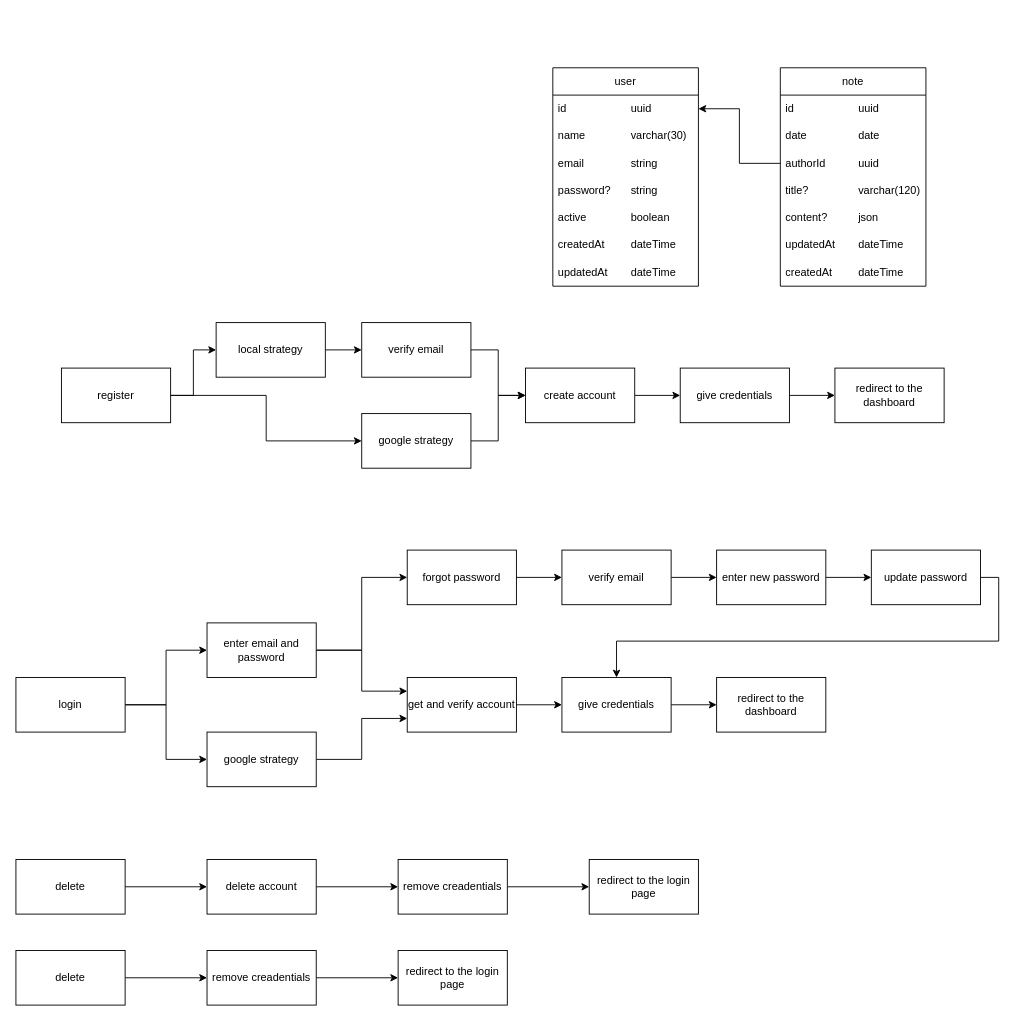
Before: diary app db diagram.drawio in MaselkoVol/diary-app, a draw.io diagram. Source tidied: cells renumbered, new cells numbered last; positions are measured from the earlier drawing's top-left corner, leaving out a move shared by most shapes. Both pictures are drawn from the tidied source at 91%, with x=0, y=0 at pixel (15, 67).
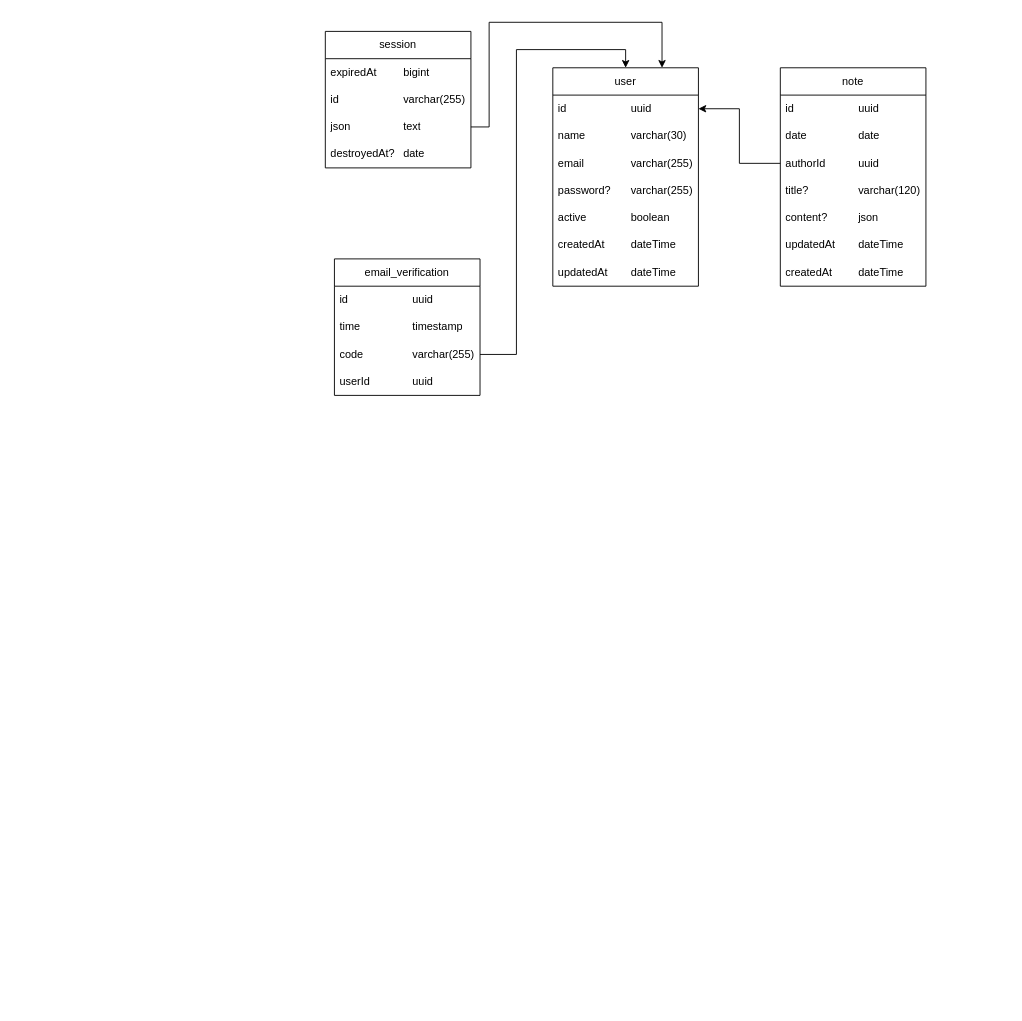
Above is the later version.

The change refers to these unchanged cells:
```xml
<mxCell id="2" value="user" style="swimlane;fontStyle=0;horizontal=1;startSize=30;whiteSpace=wrap;html=1;" parent="1" vertex="1">
  <mxGeometry x="590" width="160" height="240" as="geometry" />
</mxCell>
```

The edit, as a diff of the source:
```diff
@@
-    <mxCell id="5" value="email&lt;span style=&quot;white-space: pre;&quot;&gt;&#9;&lt;/span&gt;&lt;span style=&quot;white-space: pre;&quot;&gt;&#9;&lt;/span&gt;string" style="text;strokeColor=none;fillColor=none;align=left;verticalAlign=middle;spacingLeft=4;spacingRight=4;overflow=hidden;whiteSpace=wrap;html=1;" parent="2" vertex="1">
+    <mxCell id="5" value="email&lt;span style=&quot;white-space: pre;&quot;&gt;&#9;&lt;/span&gt;&lt;span style=&quot;white-space: pre;&quot;&gt;&#9;&lt;/span&gt;varchar(255)" style="text;strokeColor=none;fillColor=none;align=left;verticalAlign=middle;spacingLeft=4;spacingRight=4;overflow=hidden;whiteSpace=wrap;html=1;" parent="2" vertex="1">
       <mxGeometry y="90" width="160" height="30" as="geometry" />
     </mxCell>
-    <mxCell id="6" value="password?&lt;span style=&quot;white-space: pre;&quot;&gt;&#9;&lt;/span&gt;string" style="text;strokeColor=none;fillColor=none;align=left;verticalAlign=middle;spacingLeft=4;spacingRight=4;overflow=hidden;whiteSpace=wrap;html=1;" parent="2" vertex="1">
+    <mxCell id="6" value="password?&lt;span style=&quot;white-space: pre;&quot;&gt;&#9;&lt;/span&gt;varchar(255)" style="text;strokeColor=none;fillColor=none;align=left;verticalAlign=middle;spacingLeft=4;spacingRight=4;overflow=hidden;whiteSpace=wrap;html=1;" parent="2" vertex="1">
       <mxGeometry y="120" width="160" height="30" as="geometry" />
     </mxCell>
@@
-    <mxCell id="19" style="edgeStyle=orthogonalEdgeStyle;rounded=0;jettySize=auto;html=1;exitX=1;exitY=0.5;exitDx=0;exitDy=0;entryX=0;entryY=0.5;entryDx=0;entryDy=0;" parent="1" edge="1" source="21" target="28">
-      <mxGeometry relative="1" as="geometry" />
-    </mxCell>
-    <mxCell id="20" style="edgeStyle=orthogonalEdgeStyle;rounded=0;jettySize=auto;html=1;exitX=1;exitY=0.5;exitDx=0;exitDy=0;entryX=0;entryY=0.5;entryDx=0;entryDy=0;" parent="1" edge="1" source="21" target="30">
-      <mxGeometry relative="1" as="geometry" />
-    </mxCell>
-    <mxCell id="21" value="register" style="rounded=0;whiteSpace=wrap;html=1;" parent="1" vertex="1">
-      <mxGeometry x="50" y="330" width="120" height="60" as="geometry" />
-    </mxCell>
-    <mxCell id="22" style="edgeStyle=orthogonalEdgeStyle;rounded=0;jettySize=auto;html=1;exitX=1;exitY=0.5;exitDx=0;exitDy=0;entryX=0;entryY=0.5;entryDx=0;entryDy=0;" parent="1" edge="1" source="23" target="25">
-      <mxGeometry relative="1" as="geometry" />
-    </mxCell>
-    <mxCell id="23" value="create account" style="rounded=0;whiteSpace=wrap;html=1;" parent="1" vertex="1">
-      <mxGeometry x="560" y="330" width="120" height="60" as="geometry" />
-    </mxCell>
-    <mxCell id="24" style="edgeStyle=orthogonalEdgeStyle;rounded=0;jettySize=auto;html=1;exitX=1;exitY=0.5;exitDx=0;exitDy=0;entryX=0;entryY=0.5;entryDx=0;entryDy=0;" parent="1" edge="1" source="25" target="26">
-      <mxGeometry relative="1" as="geometry" />
-    </mxCell>
-    <mxCell id="25" value="give credentials" style="rounded=0;whiteSpace=wrap;html=1;" parent="1" vertex="1">
-      <mxGeometry x="730" y="330" width="120" height="60" as="geometry" />
-    </mxCell>
-    <mxCell id="26" value="redirect to the dashboard" style="rounded=0;whiteSpace=wrap;html=1;" parent="1" vertex="1">
-      <mxGeometry x="900" y="330" width="120" height="60" as="geometry" />
-    </mxCell>
-    <mxCell id="27" style="edgeStyle=orthogonalEdgeStyle;rounded=0;jettySize=auto;html=1;exitX=1;exitY=0.5;exitDx=0;exitDy=0;entryX=0;entryY=0.5;entryDx=0;entryDy=0;" parent="1" edge="1" source="28" target="32">
-      <mxGeometry relative="1" as="geometry" />
-    </mxCell>
-    <mxCell id="28" value="local strategy" style="rounded=0;whiteSpace=wrap;html=1;" parent="1" vertex="1">
-      <mxGeometry x="220" y="280" width="120" height="60" as="geometry" />
-    </mxCell>
-    <mxCell id="29" style="edgeStyle=orthogonalEdgeStyle;rounded=0;jettySize=auto;html=1;exitX=1;exitY=0.5;exitDx=0;exitDy=0;entryX=0;entryY=0.5;entryDx=0;entryDy=0;" parent="1" edge="1" source="30" target="23">
-      <mxGeometry relative="1" as="geometry" />
-    </mxCell>
-    <mxCell id="30" value="google strategy" style="rounded=0;whiteSpace=wrap;html=1;" parent="1" vertex="1">
-      <mxGeometry x="380" y="380" width="120" height="60" as="geometry" />
-    </mxCell>
-    <mxCell id="31" style="edgeStyle=orthogonalEdgeStyle;rounded=0;jettySize=auto;html=1;exitX=1;exitY=0.5;exitDx=0;exitDy=0;entryX=0;entryY=0.5;entryDx=0;entryDy=0;" parent="1" edge="1" source="32" target="23">
-      <mxGeometry relative="1" as="geometry" />
-    </mxCell>
-    <mxCell id="32" value="verify email" style="rounded=0;whiteSpace=wrap;html=1;" parent="1" vertex="1">
-      <mxGeometry x="380" y="280" width="120" height="60" as="geometry" />
-    </mxCell>
-    <mxCell id="33" style="edgeStyle=orthogonalEdgeStyle;rounded=0;jettySize=auto;html=1;exitX=1;exitY=0.5;exitDx=0;exitDy=0;entryX=0;entryY=0.5;entryDx=0;entryDy=0;" parent="1" edge="1" source="35" target="38">
-      <mxGeometry relative="1" as="geometry" />
-    </mxCell>
-    <mxCell id="34" style="edgeStyle=orthogonalEdgeStyle;rounded=0;jettySize=auto;html=1;exitX=1;exitY=0.5;exitDx=0;exitDy=0;entryX=0;entryY=0.5;entryDx=0;entryDy=0;" parent="1" edge="1" source="35" target="40">
-      <mxGeometry relative="1" as="geometry" />
-    </mxCell>
-    <mxCell id="35" value="login" style="rounded=0;whiteSpace=wrap;html=1;" parent="1" vertex="1">
-      <mxGeometry y="670" width="120" height="60" as="geometry" />
-    </mxCell>
-    <mxCell id="36" style="edgeStyle=orthogonalEdgeStyle;rounded=0;jettySize=auto;html=1;exitX=1;exitY=0.5;exitDx=0;exitDy=0;entryX=0;entryY=0.5;entryDx=0;entryDy=0;" parent="1" edge="1" source="38" target="44">
-      <mxGeometry relative="1" as="geometry" />
-    </mxCell>
-    <mxCell id="37" style="edgeStyle=orthogonalEdgeStyle;rounded=0;jettySize=auto;html=1;exitX=1;exitY=0.5;exitDx=0;exitDy=0;entryX=0;entryY=0.25;entryDx=0;entryDy=0;" parent="1" edge="1" source="38" target="42">
-      <mxGeometry relative="1" as="geometry" />
-    </mxCell>
-    <mxCell id="38" value="enter email and password" style="rounded=0;whiteSpace=wrap;html=1;" parent="1" vertex="1">
-      <mxGeometry x="210" y="610" width="120" height="60" as="geometry" />
-    </mxCell>
-    <mxCell id="39" style="edgeStyle=orthogonalEdgeStyle;rounded=0;jettySize=auto;html=1;exitX=1;exitY=0.5;exitDx=0;exitDy=0;entryX=0;entryY=0.75;entryDx=0;entryDy=0;" parent="1" edge="1" source="40" target="42">
-      <mxGeometry relative="1" as="geometry" />
-    </mxCell>
-    <mxCell id="40" value="google strategy" style="rounded=0;whiteSpace=wrap;html=1;" parent="1" vertex="1">
-      <mxGeometry x="210" y="730" width="120" height="60" as="geometry" />
-    </mxCell>
-    <mxCell id="41" style="edgeStyle=orthogonalEdgeStyle;rounded=0;jettySize=auto;html=1;exitX=1;exitY=0.5;exitDx=0;exitDy=0;entryX=0;entryY=0.5;entryDx=0;entryDy=0;" parent="1" edge="1" source="42" target="52">
-      <mxGeometry relative="1" as="geometry" />
-    </mxCell>
-    <mxCell id="42" value="get and verify account" style="rounded=0;whiteSpace=wrap;html=1;" parent="1" vertex="1">
-      <mxGeometry x="430" y="670" width="120" height="60" as="geometry" />
-    </mxCell>
-    <mxCell id="43" style="edgeStyle=orthogonalEdgeStyle;rounded=0;jettySize=auto;html=1;exitX=1;exitY=0.5;exitDx=0;exitDy=0;" parent="1" edge="1" source="44" target="46">
-      <mxGeometry relative="1" as="geometry" />
-    </mxCell>
-    <mxCell id="44" value="forgot password" style="rounded=0;whiteSpace=wrap;html=1;" parent="1" vertex="1">
-      <mxGeometry x="430" y="530" width="120" height="60" as="geometry" />
-    </mxCell>
-    <mxCell id="45" style="edgeStyle=orthogonalEdgeStyle;rounded=0;jettySize=auto;html=1;exitX=1;exitY=0.5;exitDx=0;exitDy=0;entryX=0;entryY=0.5;entryDx=0;entryDy=0;" parent="1" edge="1" source="46" target="48">
-      <mxGeometry relative="1" as="geometry" />
-    </mxCell>
-    <mxCell id="46" value="verify email" style="rounded=0;whiteSpace=wrap;html=1;" parent="1" vertex="1">
-      <mxGeometry x="600" y="530" width="120" height="60" as="geometry" />
-    </mxCell>
-    <mxCell id="47" style="edgeStyle=orthogonalEdgeStyle;rounded=0;jettySize=auto;html=1;exitX=1;exitY=0.5;exitDx=0;exitDy=0;entryX=0;entryY=0.5;entryDx=0;entryDy=0;" parent="1" edge="1" source="48" target="50">
-      <mxGeometry relative="1" as="geometry" />
-    </mxCell>
-    <mxCell id="48" value="enter new password" style="rounded=0;whiteSpace=wrap;html=1;" parent="1" vertex="1">
-      <mxGeometry x="770" y="530" width="120" height="60" as="geometry" />
-    </mxCell>
-    <mxCell id="49" style="edgeStyle=orthogonalEdgeStyle;rounded=0;jettySize=auto;html=1;exitX=1;exitY=0.5;exitDx=0;exitDy=0;entryX=0.5;entryY=0;entryDx=0;entryDy=0;" parent="1" edge="1" source="50" target="52">
-      <mxGeometry relative="1" as="geometry" />
-    </mxCell>
-    <mxCell id="50" value="update password" style="rounded=0;whiteSpace=wrap;html=1;" parent="1" vertex="1">
-      <mxGeometry x="940" y="530" width="120" height="60" as="geometry" />
-    </mxCell>
-    <mxCell id="51" style="edgeStyle=orthogonalEdgeStyle;rounded=0;jettySize=auto;html=1;exitX=1;exitY=0.5;exitDx=0;exitDy=0;entryX=0;entryY=0.5;entryDx=0;entryDy=0;" parent="1" edge="1" source="52" target="53">
-      <mxGeometry relative="1" as="geometry" />
-    </mxCell>
-    <mxCell id="52" value="give credentials" style="rounded=0;whiteSpace=wrap;html=1;" parent="1" vertex="1">
-      <mxGeometry x="600" y="670" width="120" height="60" as="geometry" />
-    </mxCell>
-    <mxCell id="53" value="redirect to the dashboard" style="rounded=0;whiteSpace=wrap;html=1;" parent="1" vertex="1">
-      <mxGeometry x="770" y="670" width="120" height="60" as="geometry" />
-    </mxCell>
-    <mxCell id="54" style="edgeStyle=orthogonalEdgeStyle;rounded=0;jettySize=auto;html=1;exitX=1;exitY=0.5;exitDx=0;exitDy=0;entryX=0;entryY=0.5;entryDx=0;entryDy=0;" parent="1" edge="1" source="55" target="57">
-      <mxGeometry relative="1" as="geometry" />
-    </mxCell>
-    <mxCell id="55" value="delete" style="rounded=0;whiteSpace=wrap;html=1;" parent="1" vertex="1">
-      <mxGeometry y="870" width="120" height="60" as="geometry" />
-    </mxCell>
-    <mxCell id="56" style="edgeStyle=orthogonalEdgeStyle;rounded=0;jettySize=auto;html=1;exitX=1;exitY=0.5;exitDx=0;exitDy=0;entryX=0;entryY=0.5;entryDx=0;entryDy=0;" parent="1" edge="1" source="57" target="59">
-      <mxGeometry relative="1" as="geometry" />
-    </mxCell>
-    <mxCell id="57" value="delete account" style="rounded=0;whiteSpace=wrap;html=1;" parent="1" vertex="1">
-      <mxGeometry x="210" y="870" width="120" height="60" as="geometry" />
-    </mxCell>
-    <mxCell id="58" style="edgeStyle=orthogonalEdgeStyle;rounded=0;jettySize=auto;html=1;exitX=1;exitY=0.5;exitDx=0;exitDy=0;entryX=0;entryY=0.5;entryDx=0;entryDy=0;" parent="1" edge="1" source="59" target="60">
-      <mxGeometry relative="1" as="geometry" />
-    </mxCell>
-    <mxCell id="59" value="remove creadentials" style="rounded=0;whiteSpace=wrap;html=1;" parent="1" vertex="1">
-      <mxGeometry x="420" y="870" width="120" height="60" as="geometry" />
-    </mxCell>
-    <mxCell id="60" value="redirect to the login page" style="rounded=0;whiteSpace=wrap;html=1;" parent="1" vertex="1">
-      <mxGeometry x="630" y="870" width="120" height="60" as="geometry" />
-    </mxCell>
-    <mxCell id="61" style="edgeStyle=orthogonalEdgeStyle;rounded=0;jettySize=auto;html=1;exitX=1;exitY=0.5;exitDx=0;exitDy=0;entryX=0;entryY=0.5;entryDx=0;entryDy=0;" parent="1" edge="1" source="62" target="64">
-      <mxGeometry relative="1" as="geometry" />
-    </mxCell>
-    <mxCell id="62" value="delete" style="rounded=0;whiteSpace=wrap;html=1;" parent="1" vertex="1">
-      <mxGeometry y="970" width="120" height="60" as="geometry" />
-    </mxCell>
-    <mxCell id="63" style="edgeStyle=orthogonalEdgeStyle;rounded=0;jettySize=auto;html=1;exitX=1;exitY=0.5;exitDx=0;exitDy=0;entryX=0;entryY=0.5;entryDx=0;entryDy=0;" parent="1" edge="1" source="64" target="65">
-      <mxGeometry relative="1" as="geometry" />
-    </mxCell>
-    <mxCell id="64" value="remove creadentials" style="rounded=0;whiteSpace=wrap;html=1;" parent="1" vertex="1">
-      <mxGeometry x="210" y="970" width="120" height="60" as="geometry" />
-    </mxCell>
-    <mxCell id="65" value="redirect to the login page" style="rounded=0;whiteSpace=wrap;html=1;" parent="1" vertex="1">
-      <mxGeometry x="420" y="970" width="120" height="60" as="geometry" />
-    </mxCell>
+    <mxCell id="66" value="session" style="swimlane;fontStyle=0;horizontal=1;startSize=30;whiteSpace=wrap;html=1;" parent="1" vertex="1">
+      <mxGeometry x="340" y="-40" width="160" height="150" as="geometry" />
+    </mxCell>
+    <mxCell id="67" value="expiredAt&lt;span style=&quot;white-space: pre;&quot;&gt;&#9;&lt;/span&gt;&lt;span style=&quot;white-space: pre;&quot;&gt;&#9;&lt;/span&gt;bigint" style="text;strokeColor=none;fillColor=none;align=left;verticalAlign=middle;spacingLeft=4;spacingRight=4;overflow=hidden;whiteSpace=wrap;html=1;" parent="66" vertex="1">
+      <mxGeometry y="30" width="160" height="30" as="geometry" />
+    </mxCell>
+    <mxCell id="68" value="id&lt;span style=&quot;white-space: pre;&quot;&gt;&#9;&lt;/span&gt;&lt;span style=&quot;white-space: pre;&quot;&gt;&#9;&lt;span style=&quot;white-space: pre;&quot;&gt;&#9;&lt;/span&gt;&lt;/span&gt;varchar(255)" style="text;strokeColor=none;fillColor=none;align=left;verticalAlign=middle;spacingLeft=4;spacingRight=4;overflow=hidden;whiteSpace=wrap;html=1;" parent="66" vertex="1">
+      <mxGeometry y="60" width="160" height="30" as="geometry" />
+    </mxCell>
+    <mxCell id="69" value="json&lt;span style=&quot;white-space: pre;&quot;&gt;&#9;&lt;/span&gt;&lt;span style=&quot;white-space: pre;&quot;&gt;&#9;&lt;span style=&quot;white-space: pre;&quot;&gt;&#9;&lt;/span&gt;&lt;/span&gt;text" style="text;strokeColor=none;fillColor=none;align=left;verticalAlign=middle;spacingLeft=4;spacingRight=4;overflow=hidden;points=[[0,0.5],[1,0.5]];portConstraint=eastwest;whiteSpace=wrap;html=1;" parent="66" vertex="1">
+      <mxGeometry y="90" width="160" height="30" as="geometry" />
+    </mxCell>
+    <mxCell id="70" value="destroyedAt?&lt;span style=&quot;white-space: pre;&quot;&gt;&#9;&lt;/span&gt;date" style="text;strokeColor=none;fillColor=none;align=left;verticalAlign=middle;spacingLeft=4;spacingRight=4;overflow=hidden;whiteSpace=wrap;html=1;" parent="66" vertex="1">
+      <mxGeometry y="120" width="160" height="30" as="geometry" />
+    </mxCell>
+    <mxCell id="71" value="email_verification" style="swimlane;fontStyle=0;horizontal=1;startSize=30;whiteSpace=wrap;html=1;" parent="1" vertex="1">
+      <mxGeometry x="350" y="210" width="160" height="150" as="geometry" />
+    </mxCell>
+    <mxCell id="72" value="id&lt;span style=&quot;white-space: pre;&quot;&gt;&#9;&lt;span style=&quot;white-space: pre;&quot;&gt;&#9;&lt;/span&gt;&lt;span style=&quot;white-space: pre;&quot;&gt;&#9;&lt;/span&gt;&lt;/span&gt;uuid" style="text;strokeColor=none;fillColor=none;align=left;verticalAlign=middle;spacingLeft=4;spacingRight=4;overflow=hidden;whiteSpace=wrap;html=1;" parent="71" vertex="1">
+      <mxGeometry y="30" width="160" height="30" as="geometry" />
+    </mxCell>
+    <mxCell id="73" value="time&lt;span style=&quot;white-space: pre;&quot;&gt;&#9;&lt;/span&gt;&lt;span style=&quot;white-space: pre;&quot;&gt;&#9;&lt;span style=&quot;white-space: pre;&quot;&gt;&#9;&lt;/span&gt;&lt;/span&gt;timestamp" style="text;strokeColor=none;fillColor=none;align=left;verticalAlign=middle;spacingLeft=4;spacingRight=4;overflow=hidden;whiteSpace=wrap;html=1;" parent="71" vertex="1">
+      <mxGeometry y="60" width="160" height="30" as="geometry" />
+    </mxCell>
+    <mxCell id="74" value="code&lt;span style=&quot;white-space: pre;&quot;&gt;&#9;&lt;/span&gt;&lt;span style=&quot;white-space: pre;&quot;&gt;&#9;&lt;/span&gt;varchar(255)" style="text;strokeColor=none;fillColor=none;align=left;verticalAlign=middle;spacingLeft=4;spacingRight=4;overflow=hidden;points=[[0,0.5],[1,0.5]];portConstraint=eastwest;whiteSpace=wrap;html=1;" parent="71" vertex="1">
+      <mxGeometry y="90" width="160" height="30" as="geometry" />
+    </mxCell>
+    <mxCell id="75" value="userId&lt;span style=&quot;white-space: pre;&quot;&gt;&#9;&lt;span style=&quot;white-space: pre;&quot;&gt;&#9;&lt;/span&gt;&lt;/span&gt;uuid" style="text;strokeColor=none;fillColor=none;align=left;verticalAlign=middle;spacingLeft=4;spacingRight=4;overflow=hidden;whiteSpace=wrap;html=1;" parent="71" vertex="1">
+      <mxGeometry y="120" width="160" height="30" as="geometry" />
+    </mxCell>
+    <mxCell id="76" style="edgeStyle=orthogonalEdgeStyle;rounded=0;jettySize=auto;html=1;exitX=1;exitY=0.5;exitDx=0;exitDy=0;entryX=0.75;entryY=0;entryDx=0;entryDy=0;" parent="1" edge="1" source="69" target="2">
+      <mxGeometry relative="1" as="geometry">
+        <Array as="points">
+          <mxPoint x="520" y="65" />
+          <mxPoint x="520" y="-50" />
+          <mxPoint x="710" y="-50" />
+        </Array>
+      </mxGeometry>
+    </mxCell>
+    <mxCell id="77" style="edgeStyle=orthogonalEdgeStyle;rounded=0;jettySize=auto;html=1;exitX=1;exitY=0.5;exitDx=0;exitDy=0;entryX=0.5;entryY=0;entryDx=0;entryDy=0;" parent="1" edge="1" source="74" target="2">
+      <mxGeometry relative="1" as="geometry" />
+    </mxCell>
```
